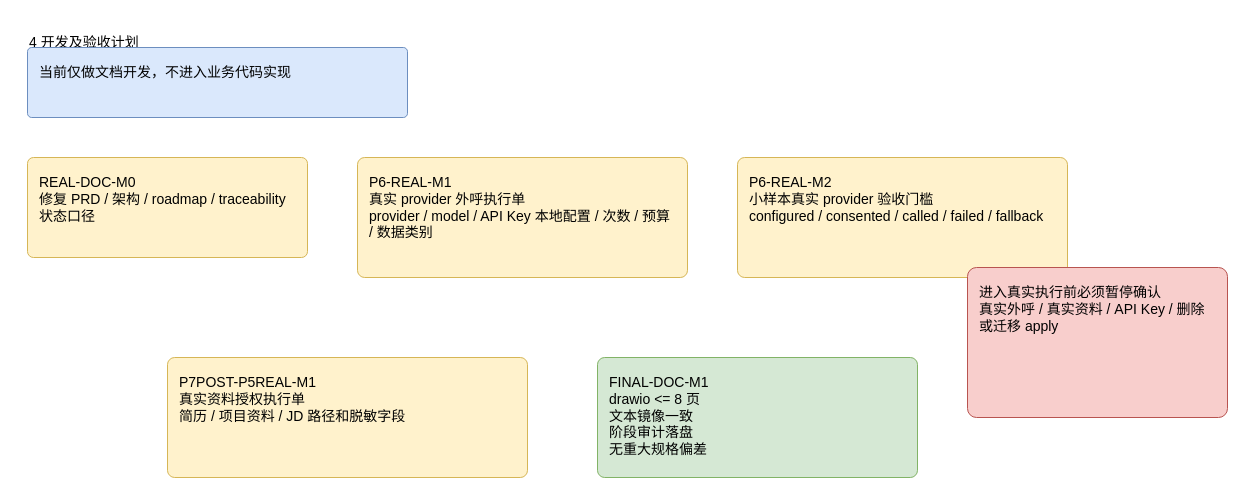
ljx418/interview_service keeps this draw.io diagram as page "4 开发及验收计划" (4 of 6) of docs/active/jobpilot-stage-gap-and-acceptance.drawio. Above is the earlier version. Source tidied: cells renumbered, new cells numbered last; positions are measured from the earlier drawing's top-left corner, leaving out a move shared by most shapes. Both pictures are drawn from the tidied source at 100%, with x=0, y=0 at pixel (17, 17).
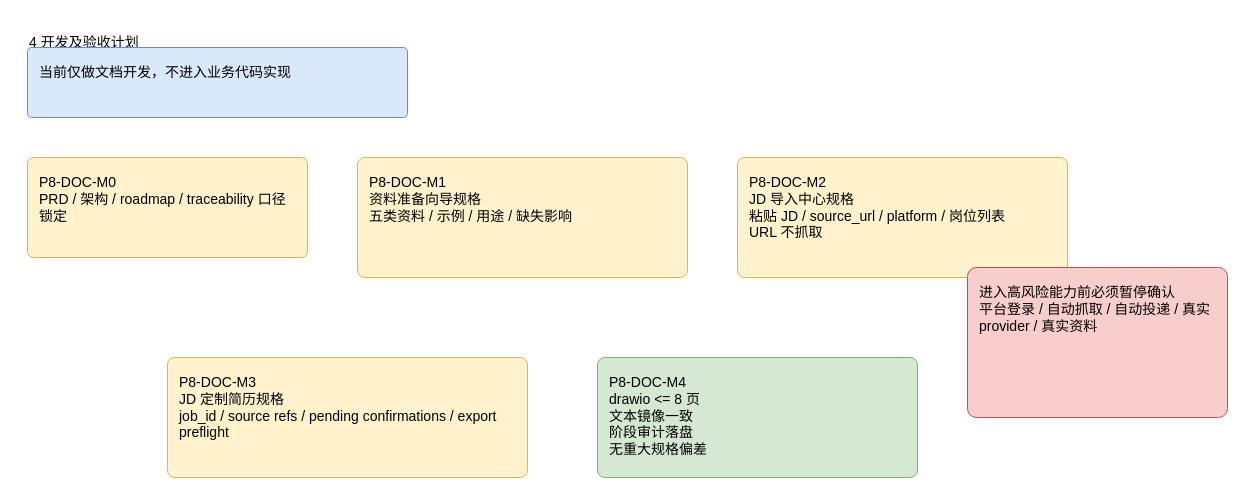
The same diagram, later.

The edit, as a diff of the source:
```diff
@@
 <mxGraphModel>
   <root>
     <mxCell id="0" />
     <mxCell id="1" parent="0" />
     <mxCell id="2" value="4 开发及验收计划" style="rounded=1;whiteSpace=wrap;html=1;fillColor=#ffffff;strokeColor=#ffffff;fontSize=14;align=left;verticalAlign=top;spacing=12;arcSize=6;" parent="1" vertex="1">
       <mxGeometry width="500" height="40" as="geometry" />
     </mxCell>
     <mxCell id="3" value="当前仅做文档开发，不进入业务代码实现" style="rounded=1;whiteSpace=wrap;html=1;fillColor=#dae8fc;strokeColor=#6c8ebf;fontSize=14;align=left;verticalAlign=top;spacing=12;arcSize=6;" parent="1" vertex="1">
       <mxGeometry x="10" y="30" width="380" height="70" as="geometry" />
     </mxCell>
-    <mxCell id="4" value="REAL-DOC-M0&lt;br&gt;修复 PRD / 架构 / roadmap / traceability 状态口径" style="rounded=1;whiteSpace=wrap;html=1;fillColor=#fff2cc;strokeColor=#d6b656;fontSize=14;align=left;verticalAlign=top;spacing=12;arcSize=6;" parent="1" vertex="1">
+    <mxCell id="4" value="P8-DOC-M0&lt;br&gt;PRD / 架构 / roadmap / traceability 口径锁定" style="rounded=1;whiteSpace=wrap;html=1;fillColor=#fff2cc;strokeColor=#d6b656;fontSize=14;align=left;verticalAlign=top;spacing=12;arcSize=6;" parent="1" vertex="1">
       <mxGeometry x="10" y="140" width="280" height="100" as="geometry" />
     </mxCell>
-    <mxCell id="5" value="P6-REAL-M1&lt;br&gt;真实 provider 外呼执行单&lt;br&gt;provider / model / API Key 本地配置 / 次数 / 预算 / 数据类别" style="rounded=1;whiteSpace=wrap;html=1;fillColor=#fff2cc;strokeColor=#d6b656;fontSize=14;align=left;verticalAlign=top;spacing=12;arcSize=6;" parent="1" vertex="1">
+    <mxCell id="5" value="P8-DOC-M1&lt;br&gt;资料准备向导规格&lt;br&gt;五类资料 / 示例 / 用途 / 缺失影响" style="rounded=1;whiteSpace=wrap;html=1;fillColor=#fff2cc;strokeColor=#d6b656;fontSize=14;align=left;verticalAlign=top;spacing=12;arcSize=6;" parent="1" vertex="1">
       <mxGeometry x="340" y="140" width="330" height="120" as="geometry" />
     </mxCell>
-    <mxCell id="6" value="P6-REAL-M2&lt;br&gt;小样本真实 provider 验收门槛&lt;br&gt;configured / consented / called / failed / fallback" style="rounded=1;whiteSpace=wrap;html=1;fillColor=#fff2cc;strokeColor=#d6b656;fontSize=14;align=left;verticalAlign=top;spacing=12;arcSize=6;" parent="1" vertex="1">
+    <mxCell id="6" value="P8-DOC-M2&lt;br&gt;JD 导入中心规格&lt;br&gt;粘贴 JD / source_url / platform / 岗位列表&lt;br&gt;URL 不抓取" style="rounded=1;whiteSpace=wrap;html=1;fillColor=#fff2cc;strokeColor=#d6b656;fontSize=14;align=left;verticalAlign=top;spacing=12;arcSize=6;" parent="1" vertex="1">
       <mxGeometry x="720" y="140" width="330" height="120" as="geometry" />
     </mxCell>
-    <mxCell id="7" value="P7POST-P5REAL-M1&lt;br&gt;真实资料授权执行单&lt;br&gt;简历 / 项目资料 / JD 路径和脱敏字段" style="rounded=1;whiteSpace=wrap;html=1;fillColor=#fff2cc;strokeColor=#d6b656;fontSize=14;align=left;verticalAlign=top;spacing=12;arcSize=6;" parent="1" vertex="1">
+    <mxCell id="7" value="P8-DOC-M3&lt;br&gt;JD 定制简历规格&lt;br&gt;job_id / source refs / pending confirmations / export preflight" style="rounded=1;whiteSpace=wrap;html=1;fillColor=#fff2cc;strokeColor=#d6b656;fontSize=14;align=left;verticalAlign=top;spacing=12;arcSize=6;" parent="1" vertex="1">
       <mxGeometry x="150" y="340" width="360" height="120" as="geometry" />
     </mxCell>
-    <mxCell id="8" value="FINAL-DOC-M1&lt;br&gt;drawio &lt;= 8 页&lt;br&gt;文本镜像一致&lt;br&gt;阶段审计落盘&lt;br&gt;无重大规格偏差" style="rounded=1;whiteSpace=wrap;html=1;fillColor=#d5e8d4;strokeColor=#82b366;fontSize=14;align=left;verticalAlign=top;spacing=12;arcSize=6;" parent="1" vertex="1">
+    <mxCell id="8" value="P8-DOC-M4&lt;br&gt;drawio &lt;= 8 页&lt;br&gt;文本镜像一致&lt;br&gt;阶段审计落盘&lt;br&gt;无重大规格偏差" style="rounded=1;whiteSpace=wrap;html=1;fillColor=#d5e8d4;strokeColor=#82b366;fontSize=14;align=left;verticalAlign=top;spacing=12;arcSize=6;" parent="1" vertex="1">
       <mxGeometry x="580" y="340" width="320" height="120" as="geometry" />
     </mxCell>
-    <mxCell id="9" value="进入真实执行前必须暂停确认&lt;br&gt;真实外呼 / 真实资料 / API Key / 删除或迁移 apply" style="rounded=1;whiteSpace=wrap;html=1;fillColor=#f8cecc;strokeColor=#b85450;fontSize=14;align=left;verticalAlign=top;spacing=12;arcSize=6;" parent="1" vertex="1">
+    <mxCell id="9" value="进入高风险能力前必须暂停确认&lt;br&gt;平台登录 / 自动抓取 / 自动投递 / 真实 provider / 真实资料" style="rounded=1;whiteSpace=wrap;html=1;fillColor=#f8cecc;strokeColor=#b85450;fontSize=14;align=left;verticalAlign=top;spacing=12;arcSize=6;" parent="1" vertex="1">
       <mxGeometry x="950" y="250" width="260" height="150" as="geometry" />
     </mxCell>
   </root>
 </mxGraphModel>
```
